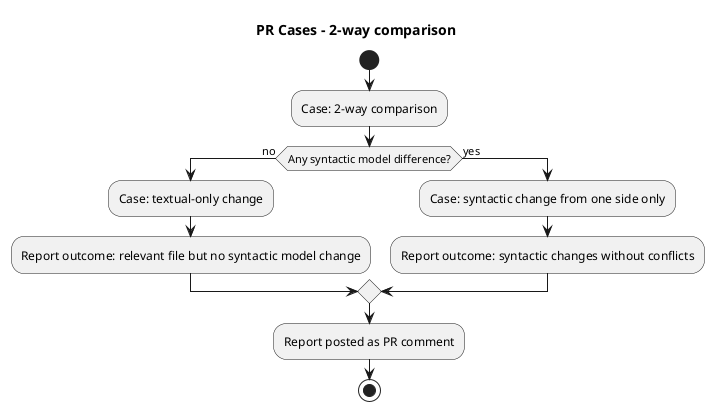
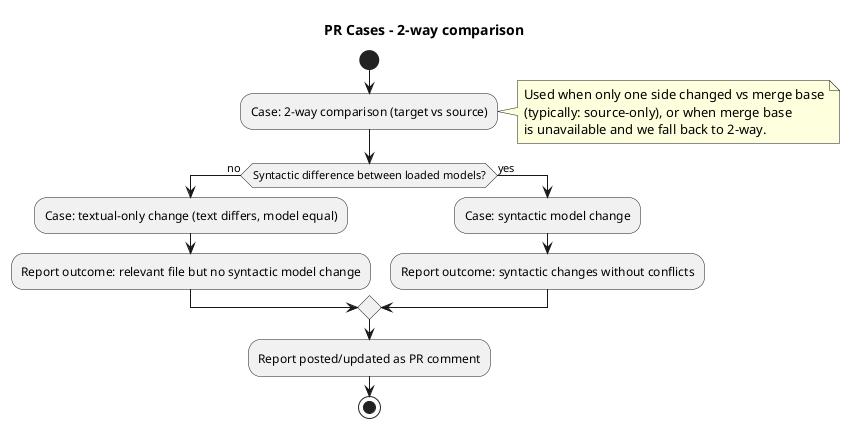
@startuml 2-way-comparison
title PR Cases - 2-way comparison

start

- :Case: 2-way comparison;
- ' :Changes in one branch only;
+ :Case: 2-way comparison (target vs source);
+ note right
+   Used when only one side changed vs merge base
+   (typically: source-only), or when merge base
+   is unavailable and we fall back to 2-way.
+ end note

- if (Any syntactic model difference?) then (no)
-   :Case: textual-only change;
+ if (Syntactic difference between loaded models?) then (no)
+   :Case: textual-only change (text differs, model equal);
  :Report outcome: relevant file but no syntactic model change;
else (yes)
-   :Case: syntactic change from one side only;
+   :Case: syntactic model change;
  :Report outcome: syntactic changes without conflicts;
endif

- :Report posted as PR comment;
+ :Report posted/updated as PR comment;

stop
- @enduml+ @enduml
